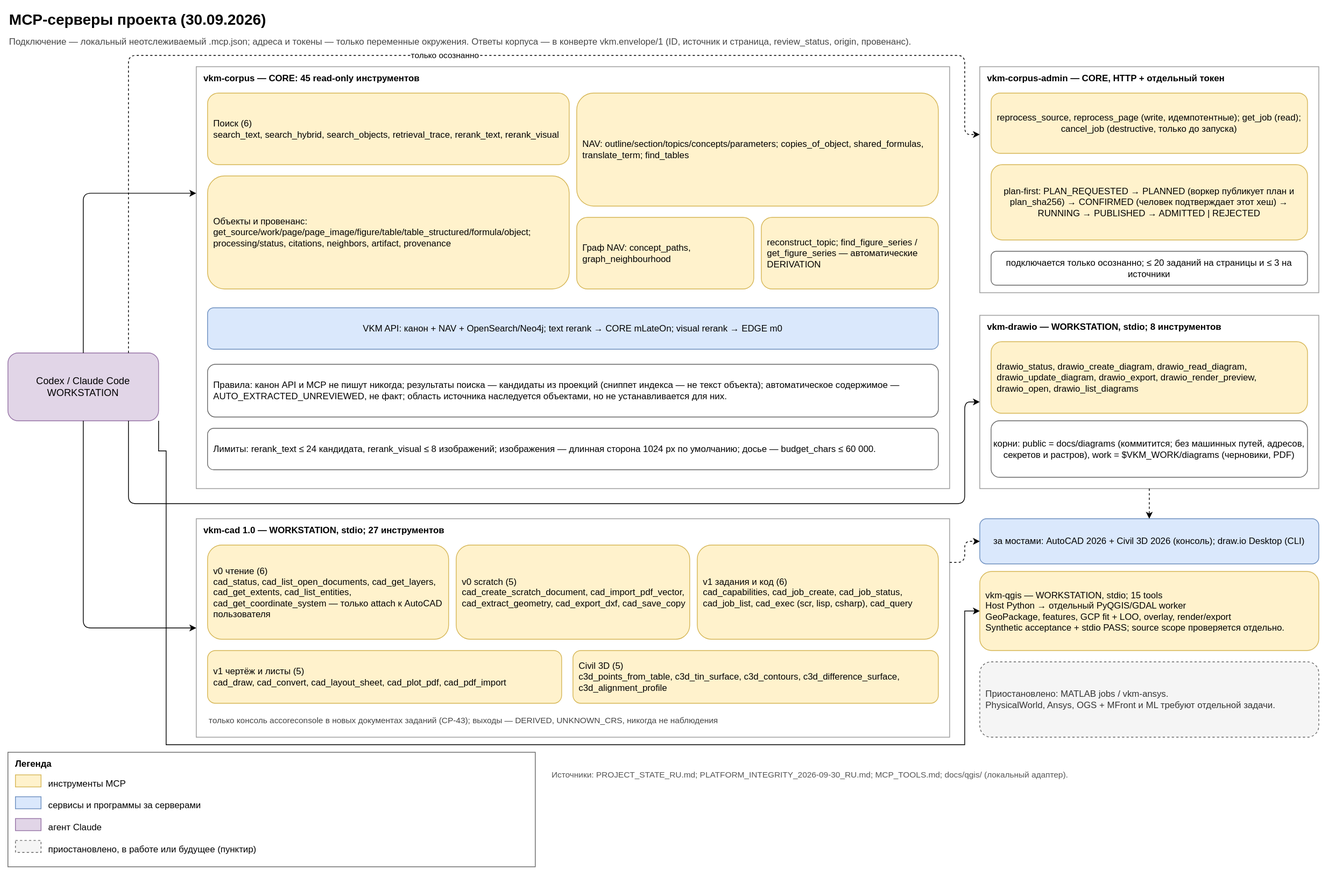
Above: docs/diagrams/mcp_servers.svg in SUKUNA-AI/vkm-subsidence-forecasting (draw.io), before the change. Source tidied: cells renumbered, new cells last; positions are measured from the earlier drawing's top-left corner, leaving out a move shared by most shapes.
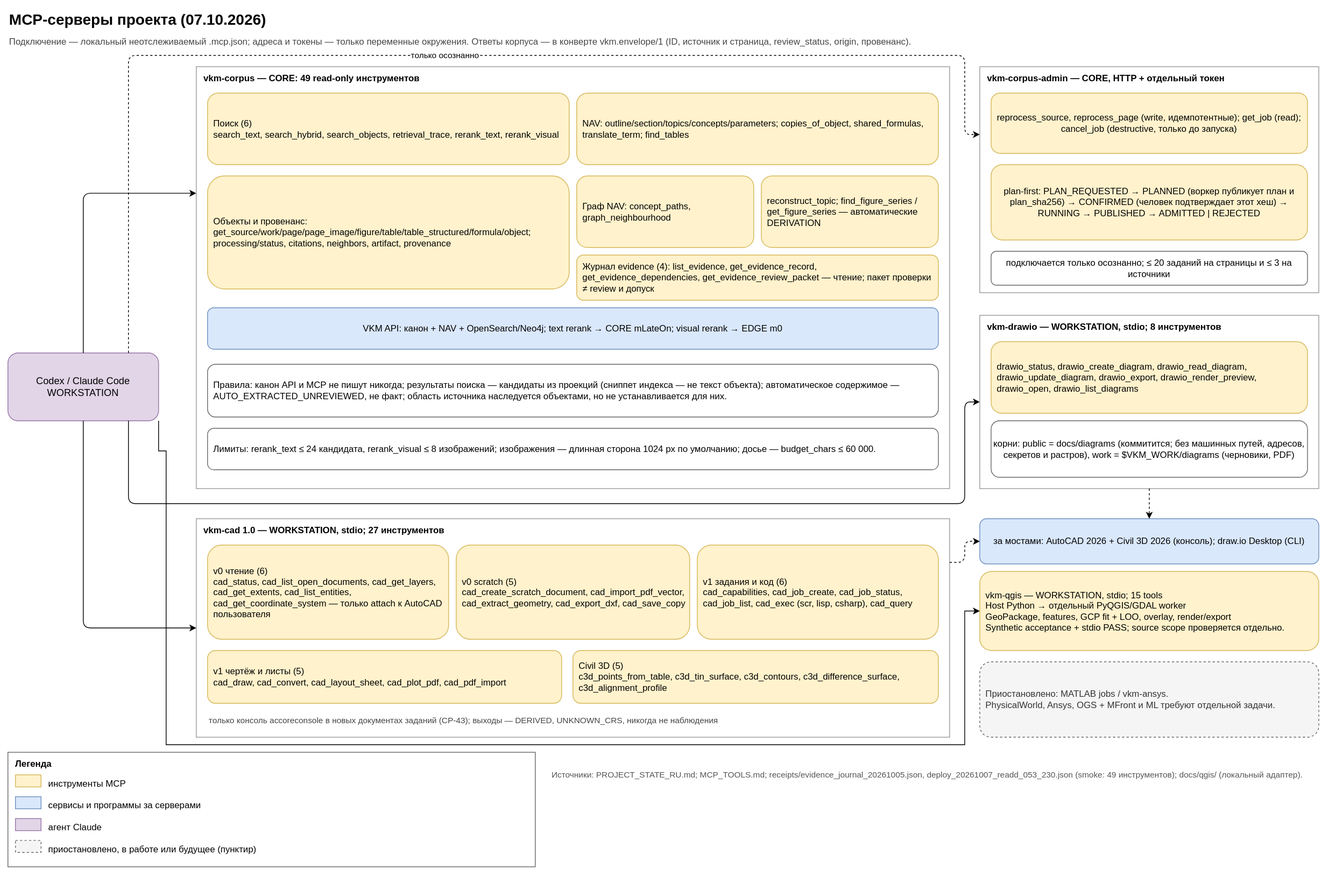
Above is the later version.

The edit, as a diff of the source:
```diff
@@ -2,7 +2,7 @@
   <root>
     <mxCell id="0" />
     <mxCell id="1" parent="0" />
-    <mxCell id="2" value="MCP-серверы проекта (30.09.2026)" style="text;align=left;fontSize=20;fontStyle=1;html=1;verticalAlign=middle;whiteSpace=wrap;" parent="1" vertex="1">
+    <mxCell id="2" value="MCP-серверы проекта (07.10.2026)" style="text;align=left;fontSize=20;fontStyle=1;html=1;verticalAlign=middle;whiteSpace=wrap;" parent="1" vertex="1">
       <mxGeometry width="1740" height="30" as="geometry" />
     </mxCell>
     <mxCell id="3" value="Подключение — локальный неотслеживаемый .mcp.json; адреса и токены — только переменные окружения. Ответы корпуса — в конверте vkm.envelope/1 (ID, источник и страница, review_status, origin, провенанс)." style="text;align=left;fontColor=#444444;fontSize=12;html=1;verticalAlign=middle;whiteSpace=wrap;" parent="1" vertex="1">
@@ -11,7 +11,7 @@
     <mxCell id="4" value="Codex / Claude Code&lt;br&gt;WORKSTATION" style="fillColor=#e1d5e7;fontSize=13;html=1;rounded=1;strokeColor=#9673a6;whiteSpace=wrap;" parent="1" vertex="1">
       <mxGeometry y="458" width="200" height="90" as="geometry" />
     </mxCell>
-    <mxCell id="5" value="vkm-corpus — CORE: 45 read-only инструментов" style="align=left;dashed=0;fillColor=none;fontSize=12;fontStyle=1;html=1;rounded=0;spacingLeft=8;spacingTop=2;strokeColor=#999999;verticalAlign=top;whiteSpace=wrap;" parent="1" vertex="1">
+    <mxCell id="5" value="vkm-corpus — CORE: 49 read-only инструментов" style="align=left;dashed=0;fillColor=none;fontSize=12;fontStyle=1;html=1;rounded=0;spacingLeft=8;spacingTop=2;strokeColor=#999999;verticalAlign=top;whiteSpace=wrap;" parent="1" vertex="1">
       <mxGeometry x="250" y="78" width="1000" height="560" as="geometry" />
     </mxCell>
     <mxCell id="6" value="Поиск (6)&lt;br&gt;search_text, search_hybrid, search_objects, retrieval_trace, rerank_text, rerank_visual" style="align=left;fillColor=#fff2cc;fontSize=12;html=1;rounded=1;spacingLeft=6;spacingRight=4;strokeColor=#d6b656;whiteSpace=wrap;" parent="5" vertex="1">
@@ -21,14 +21,17 @@
       <mxGeometry x="15" y="145" width="480" height="150" as="geometry" />
     </mxCell>
     <mxCell id="8" value="NAV: outline/section/topics/concepts/parameters; copies_of_object, shared_formulas, translate_term; find_tables" style="align=left;fillColor=#fff2cc;fontSize=12;html=1;rounded=1;spacingLeft=6;spacingRight=4;strokeColor=#d6b656;whiteSpace=wrap;" parent="5" vertex="1">
-      <mxGeometry x="505" y="35" width="480" height="150" as="geometry" />
+      <mxGeometry x="505" y="35" width="480" height="95" as="geometry" />
     </mxCell>
     <mxCell id="9" value="Граф NAV: concept_paths, graph_neighbourhood" style="align=left;fillColor=#fff2cc;fontSize=12;html=1;rounded=1;spacingLeft=6;spacingRight=4;strokeColor=#d6b656;whiteSpace=wrap;" parent="5" vertex="1">
-      <mxGeometry x="505" y="200" width="235" height="95" as="geometry" />
+      <mxGeometry x="505" y="145" width="235" height="95" as="geometry" />
     </mxCell>
     <mxCell id="10" value="reconstruct_topic; find_figure_series / get_figure_series — автоматические DERIVATION" style="align=left;fillColor=#fff2cc;fontSize=12;html=1;rounded=1;spacingLeft=6;spacingRight=4;strokeColor=#d6b656;whiteSpace=wrap;" parent="5" vertex="1">
-      <mxGeometry x="750" y="200" width="235" height="95" as="geometry" />
+      <mxGeometry x="750" y="145" width="235" height="95" as="geometry" />
     </mxCell>
+    <mxCell id="48" value="Журнал evidence (4): list_evidence, get_evidence_record, get_evidence_dependencies, get_evidence_review_packet — чтение; пакет проверки ≠ review и допуск" style="align=left;fillColor=#fff2cc;fontSize=12;html=1;rounded=1;spacingLeft=6;spacingRight=4;strokeColor=#d6b656;whiteSpace=wrap;" parent="5" vertex="1">
+      <mxGeometry x="505" y="250" width="480" height="60" as="geometry" />
+    </mxCell>
     <mxCell id="11" value="VKM API: канон + NAV + OpenSearch/Neo4j; text rerank → CORE mLateOn; visual rerank → EDGE m0" style="fillColor=#dae8fc;fontSize=12;html=1;rounded=1;strokeColor=#6c8ebf;whiteSpace=wrap;" parent="5" vertex="1">
       <mxGeometry x="15" y="320" width="970" height="55" as="geometry" />
     </mxCell>
@@ -113,7 +116,7 @@
     <mxCell id="38" value="приостановлено, в работе или будущее (пунктир)" style="text;align=left;fontSize=12;html=1;verticalAlign=top;whiteSpace=wrap;" parent="30" vertex="1">
       <mxGeometry x="52" y="115" width="640" height="25" as="geometry" />
     </mxCell>
-    <mxCell id="39" value="Источники: PROJECT_STATE_RU.md; PLATFORM_INTEGRITY_2026-09-30_RU.md; MCP_TOOLS.md; docs/qgis/ (локальный адаптер)." style="text;align=left;fontColor=#555555;fontSize=11;html=1;verticalAlign=middle;whiteSpace=wrap;" parent="1" vertex="1">
+    <mxCell id="39" value="Источники: PROJECT_STATE_RU.md; MCP_TOOLS.md; receipts/evidence_journal_20261005.json, deploy_20261007_readd_053_230.json (smoke: 49 инструментов); docs/qgis/ (локальный адаптер)." style="text;align=left;fontColor=#555555;fontSize=11;html=1;verticalAlign=middle;whiteSpace=wrap;" parent="1" vertex="1">
       <mxGeometry x="720" y="998" width="1020" height="40" as="geometry" />
     </mxCell>
     <mxCell id="40" value="vkm-qgis — WORKSTATION, stdio; 15 tools&lt;br&gt;Host Python → отдельный PyQGIS/GDAL worker&lt;br&gt;GeoPackage, features, GCP fit + LOO, overlay, render/export&lt;br&gt;Synthetic acceptance + stdio PASS; source scope проверяется отдельно." style="align=left;fillColor=#fff2cc;fontSize=12;html=1;rounded=1;spacingLeft=6;strokeColor=#d6b656;whiteSpace=wrap;" parent="1" vertex="1">
```
